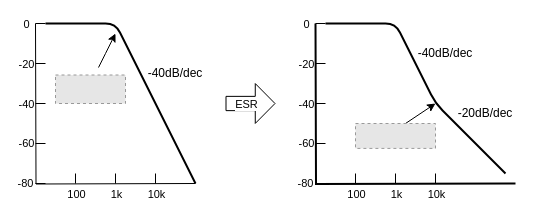
Before: diagram/LC_fliter_esr.drawio in huhu6608/3Paths_UPS, a draw.io diagram. Source tidied: cells renumbered, new cells numbered last; positions are measured from the earlier drawing's top-left corner, leaving out a move shared by most shapes. Both pictures are drawn from the tidied source at 100%, with x=0, y=0 at pixel (35, 23). Pictures stored in the file or linked from it are replaced by grey dashed boxes.
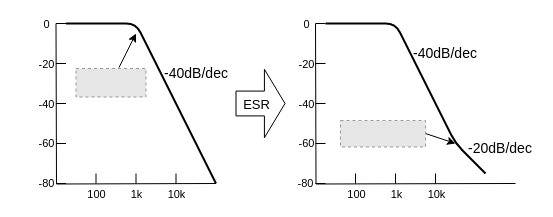
Above is the later version.

Diff of the diagram source:
```diff
@@
     <mxCell id="2" style="endArrow=none;html=1;rounded=0;edgeStyle=orthogonalEdgeStyle;strokeWidth=1;" parent="1" edge="1">
       <mxGeometry relative="1" as="geometry">
-        <mxPoint x="160" y="160" as="sourcePoint" />
-        <mxPoint as="targetPoint" />
+        <mxPoint x="180.5" y="160" as="sourcePoint" />
+        <mxPoint x="20.5" as="targetPoint" />
       </mxGeometry>
     </mxCell>
-    <mxCell id="3" style="shape=flexArrow;endArrow=classic;html=1;rounded=0;edgeStyle=orthogonalEdgeStyle;endWidth=24.571428571428573;endSize=6.24;width=14.285714285714286;" parent="1" edge="1">
+    <mxCell id="3" style="shape=flexArrow;endArrow=classic;html=1;rounded=0;edgeStyle=orthogonalEdgeStyle;endWidth=42.56157635467981;endSize=6.5310344827586215;width=24.82758620689655;" parent="1" edge="1">
       <mxGeometry relative="1" as="geometry">
-        <mxPoint x="190" y="80" as="sourcePoint" />
-        <mxPoint x="240" y="80" as="targetPoint" />
+        <mxPoint x="200" y="80" as="sourcePoint" />
+        <mxPoint x="250" y="80" as="targetPoint" />
       </mxGeometry>
     </mxCell>
-    <mxCell id="4" value="ESR" style="edgeLabel;html=1;align=center;verticalAlign=middle;" parent="3" vertex="1">
+    <mxCell id="4" value="&lt;font style=&quot;font-size: 13px&quot;&gt;ESR&lt;/font&gt;" style="edgeLabel;html=1;align=center;verticalAlign=middle;" parent="3" vertex="1">
       <mxGeometry x="0.11" relative="1" as="geometry">
         <mxPoint x="-8" as="offset" />
       </mxGeometry>
     </mxCell>
     <mxCell id="5" style="endArrow=none;html=1;rounded=0;edgeStyle=orthogonalEdgeStyle;strokeWidth=1;" parent="1" edge="1">
       <mxGeometry relative="1" as="geometry">
-        <mxPoint x="10" as="sourcePoint" />
-        <mxPoint as="targetPoint" />
+        <mxPoint x="30.5" as="sourcePoint" />
+        <mxPoint x="20.5" as="targetPoint" />
       </mxGeometry>
     </mxCell>
@@
     <mxCell id="7" style="endArrow=none;html=1;rounded=0;edgeStyle=orthogonalEdgeStyle;strokeWidth=1;" parent="1" edge="1">
       <mxGeometry relative="1" as="geometry">
-        <mxPoint x="10" y="40" as="sourcePoint" />
-        <mxPoint y="40" as="targetPoint" />
+        <mxPoint x="30.5" y="40" as="sourcePoint" />
+        <mxPoint x="20.5" y="40" as="targetPoint" />
       </mxGeometry>
     </mxCell>
@@
     <mxCell id="9" style="endArrow=none;html=1;rounded=0;edgeStyle=orthogonalEdgeStyle;strokeWidth=1;" parent="1" edge="1">
       <mxGeometry relative="1" as="geometry">
-        <mxPoint x="10" y="80" as="sourcePoint" />
-        <mxPoint y="80" as="targetPoint" />
+        <mxPoint x="30.5" y="80" as="sourcePoint" />
+        <mxPoint x="20.5" y="80" as="targetPoint" />
       </mxGeometry>
     </mxCell>
@@
     <mxCell id="11" style="endArrow=none;html=1;rounded=0;edgeStyle=orthogonalEdgeStyle;strokeWidth=1;" parent="1" edge="1">
       <mxGeometry relative="1" as="geometry">
-        <mxPoint x="10" y="120" as="sourcePoint" />
-        <mxPoint y="120" as="targetPoint" />
+        <mxPoint x="30.5" y="120" as="sourcePoint" />
+        <mxPoint x="20.5" y="120" as="targetPoint" />
       </mxGeometry>
     </mxCell>
@@
     <mxCell id="13" value="-80" style="endArrow=none;html=1;rounded=0;edgeStyle=orthogonalEdgeStyle;strokeWidth=1;" parent="1" edge="1">
       <mxGeometry x="1" y="10" relative="1" as="geometry">
-        <mxPoint x="10" y="160" as="sourcePoint" />
-        <mxPoint y="160" as="targetPoint" />
+        <mxPoint x="30.5" y="160" as="sourcePoint" />
+        <mxPoint x="20.5" y="160" as="targetPoint" />
         <mxPoint x="-10" y="-10" as="offset" />
       </mxGeometry>
     </mxCell>
     <mxCell id="14" style="endArrow=none;html=1;rounded=0;edgeStyle=orthogonalEdgeStyle;strokeWidth=1;" parent="1" edge="1">
       <mxGeometry relative="1" as="geometry">
-        <mxPoint x="40" y="150" as="sourcePoint" />
-        <mxPoint x="40" y="160" as="targetPoint" />
+        <mxPoint x="60.5" y="150" as="sourcePoint" />
+        <mxPoint x="60.5" y="160" as="targetPoint" />
       </mxGeometry>
     </mxCell>
@@
     <mxCell id="16" style="endArrow=none;html=1;rounded=0;edgeStyle=orthogonalEdgeStyle;strokeWidth=1;" parent="1" edge="1">
       <mxGeometry relative="1" as="geometry">
-        <mxPoint x="80" y="150" as="sourcePoint" />
-        <mxPoint x="80" y="160" as="targetPoint" />
+        <mxPoint x="100.5" y="150" as="sourcePoint" />
+        <mxPoint x="100.5" y="160" as="targetPoint" />
       </mxGeometry>
     </mxCell>
@@
     <mxCell id="18" style="endArrow=none;html=1;rounded=0;edgeStyle=orthogonalEdgeStyle;strokeWidth=1;" parent="1" edge="1">
       <mxGeometry relative="1" as="geometry">
-        <mxPoint x="120" y="150" as="sourcePoint" />
-        <mxPoint x="120" y="160" as="targetPoint" />
+        <mxPoint x="140.5" y="150" as="sourcePoint" />
+        <mxPoint x="140.5" y="160" as="targetPoint" />
       </mxGeometry>
     </mxCell>
@@
-    <mxCell id="20" style="endArrow=none;html=1;rounded=0;edgeStyle=orthogonalEdgeStyle;strokeWidth=2;" parent="1" edge="1">
+    <mxCell id="20" style="endArrow=none;html=1;rounded=0;edgeStyle=orthogonalEdgeStyle;strokeWidth=1;" parent="1" edge="1">
       <mxGeometry relative="1" as="geometry">
         <mxPoint x="480" y="160" as="sourcePoint" />
         <mxPoint x="280" as="targetPoint" />
       </mxGeometry>
     </mxCell>
@@
     <mxCell id="36" style="endArrow=none;html=1;rounded=1;strokeWidth=2;endFill=0;" parent="1" edge="1">
       <mxGeometry relative="1" as="geometry">
-        <mxPoint x="10" as="sourcePoint" />
-        <mxPoint x="160" y="160" as="targetPoint" />
+        <mxPoint x="30.5" as="sourcePoint" />
+        <mxPoint x="180.5" y="160" as="targetPoint" />
         <Array as="points">
-          <mxPoint x="80" />
+          <mxPoint x="100.5" />
         </Array>
       </mxGeometry>
     </mxCell>
     <mxCell id="37" style="endArrow=classic;html=1;rounded=0;strokeWidth=1;startSize=6;" parent="1" edge="1">
       <mxGeometry relative="1" as="geometry">
-        <mxPoint x="63" y="44" as="sourcePoint" />
-        <mxPoint x="80" y="10" as="targetPoint" />
+        <mxPoint x="83.5" y="44" as="sourcePoint" />
+        <mxPoint x="100.5" y="10" as="targetPoint" />
         <Array as="points">
-          <mxPoint x="70" y="30" />
+          <mxPoint x="90.5" y="30" />
         </Array>
       </mxGeometry>
     </mxCell>
     <mxCell id="38" style="fillColor=#E6E6E6;strokeColor=#999999;dashed=1;verticalLabelPosition=bottom;labelBackgroundColor=#ffffff;verticalAlign=top;" parent="1" vertex="1">
-      <mxGeometry x="20" y="51.5" width="70" height="28.5" as="geometry" />
+      <mxGeometry x="40.5" y="45" width="70" height="28.5" as="geometry" />
     </mxCell>
-    <mxCell id="39" value="-40dB/dec" style="text;html=1;strokeColor=none;fillColor=none;align=center;verticalAlign=middle;whiteSpace=wrap;rounded=0;" parent="1" vertex="1">
-      <mxGeometry x="110" y="40" width="60" height="20" as="geometry" />
+    <mxCell id="39" value="&lt;font style=&quot;font-size: 14px&quot;&gt;-40dB/dec&lt;/font&gt;" style="text;html=1;strokeColor=none;fillColor=none;align=center;verticalAlign=middle;whiteSpace=wrap;rounded=0;strokeWidth=1;" parent="1" vertex="1">
+      <mxGeometry x="130.5" y="40" width="60" height="20" as="geometry" />
     </mxCell>
     <mxCell id="40" style="endArrow=none;html=1;rounded=1;strokeWidth=2;endFill=0;" parent="1" edge="1">
       <mxGeometry relative="1" as="geometry">
         <mxPoint x="290" as="sourcePoint" />
-        <mxPoint x="470" y="150" as="targetPoint" />
+        <mxPoint x="450" y="150" as="targetPoint" />
         <Array as="points">
           <mxPoint x="360" />
-          <mxPoint x="400" y="80" />
+          <mxPoint x="420" y="120" />
         </Array>
       </mxGeometry>
     </mxCell>
-    <mxCell id="41" value="-40dB/dec" style="text;html=1;strokeColor=none;fillColor=none;align=center;verticalAlign=middle;whiteSpace=wrap;rounded=0;" parent="1" vertex="1">
+    <mxCell id="41" value="&lt;font style=&quot;font-size: 14px&quot;&gt;-40dB/dec&lt;/font&gt;" style="text;html=1;strokeColor=none;fillColor=none;align=center;verticalAlign=middle;whiteSpace=wrap;rounded=0;" parent="1" vertex="1">
       <mxGeometry x="380" y="20" width="60" height="20" as="geometry" />
     </mxCell>
-    <mxCell id="42" value="-20dB/dec" style="text;html=1;strokeColor=none;fillColor=none;align=center;verticalAlign=middle;whiteSpace=wrap;rounded=0;" parent="1" vertex="1">
-      <mxGeometry x="420" y="80" width="60" height="20" as="geometry" />
+    <mxCell id="42" value="&lt;font style=&quot;font-size: 14px&quot;&gt;-20dB/dec&lt;/font&gt;" style="text;html=1;strokeColor=none;fillColor=none;align=center;verticalAlign=middle;whiteSpace=wrap;rounded=0;" parent="1" vertex="1">
+      <mxGeometry x="430" y="115" width="70" height="20" as="geometry" />
     </mxCell>
     <mxCell id="43" style="endArrow=classic;html=1;rounded=0;startSize=6;strokeWidth=1;" parent="1" edge="1">
       <mxGeometry relative="1" as="geometry">
-        <mxPoint x="370" y="100" as="sourcePoint" />
-        <mxPoint x="400" y="80" as="targetPoint" />
+        <mxPoint x="390" y="110" as="sourcePoint" />
+        <mxPoint x="420" y="120" as="targetPoint" />
       </mxGeometry>
     </mxCell>
     <mxCell id="44" style="fillColor=#E6E6E6;strokeColor=#999999;dashed=1;verticalLabelPosition=bottom;labelBackgroundColor=#ffffff;verticalAlign=top;" parent="1" vertex="1">
-      <mxGeometry x="320" y="100" width="80" height="24.9" as="geometry" />
+      <mxGeometry x="305" y="97" width="85" height="26.5" as="geometry" />
     </mxCell>
```
